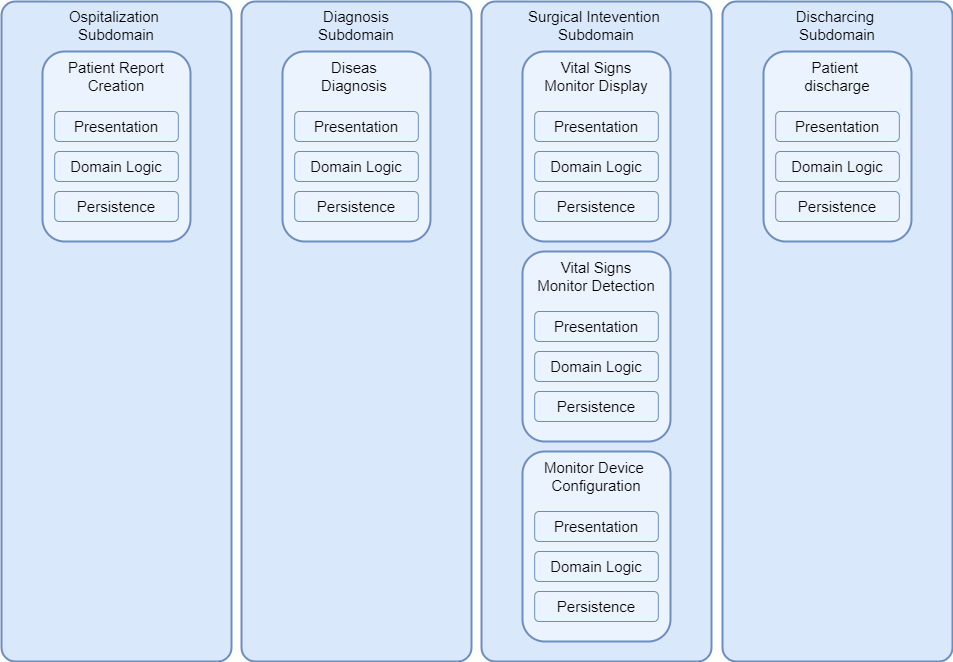
Before: doc/images/bounded_context.png, a diagram exported from draw.io (lucagiorgettismp/AzureHealthcareDigitalTwins). Source tidied: cells renumbered, new cells last; positions are measured from the earlier drawing's top-left corner, leaving out a move shared by most shapes. The source it was exported from:
```xml
<mxGraphModel background="#FFFFFF">
  <root>
    <mxCell id="0" style="html=1;" />
    <mxCell id="1" style="html=1;" parent="0" />
    <mxCell id="2" value="&lt;font style=&quot;font-size: 15px&quot;&gt;Diagnosis&lt;br&gt;Subdomain&lt;/font&gt;" style="rounded=1;whiteSpace=wrap;html=1;shadow=0;strokeWidth=2;fillColor=#dae8fc;fontSize=12;align=center;strokeColor=#6C8EBF;arcSize=6;verticalAlign=top;" parent="1" vertex="1">
      <mxGeometry x="240" width="230" height="660" as="geometry" />
    </mxCell>
    <mxCell id="3" value="&lt;font style=&quot;font-size: 15px&quot;&gt;Ospitalization&amp;nbsp;&lt;br&gt;Subdomain&lt;/font&gt;" style="rounded=1;whiteSpace=wrap;html=1;shadow=0;strokeWidth=2;fillColor=#dae8fc;fontSize=12;align=center;strokeColor=#6C8EBF;arcSize=6;verticalAlign=top;" parent="1" vertex="1">
      <mxGeometry width="230" height="660" as="geometry" />
    </mxCell>
    <mxCell id="4" value="&lt;font style=&quot;font-size: 15px&quot;&gt;Discharcing&amp;nbsp;&lt;br&gt;Subdomain&lt;/font&gt;" style="rounded=1;whiteSpace=wrap;html=1;shadow=0;strokeWidth=2;fillColor=#dae8fc;fontSize=12;align=center;strokeColor=#6C8EBF;arcSize=6;verticalAlign=top;" parent="1" vertex="1">
      <mxGeometry x="721" width="230" height="660" as="geometry" />
    </mxCell>
    <mxCell id="5" style="group;" parent="1" vertex="1">
      <mxGeometry x="41" y="50" width="148" height="190" as="geometry" />
    </mxCell>
    <mxCell id="6" style="rounded=1;whiteSpace=wrap;html=1;shadow=0;strokeWidth=2;fillColor=#EBF3FF;fontSize=12;fontColor=#000000;align=center;strokeColor=#6C8EBF;" parent="5" vertex="1">
      <mxGeometry width="148" height="190" as="geometry" />
    </mxCell>
    <mxCell id="7" value="Presentation" style="rounded=1;whiteSpace=wrap;html=1;fontSize=15;strokeColor=#6C8EBF;fillColor=none;" parent="5" vertex="1">
      <mxGeometry x="12.2" y="60" width="123.6" height="30" as="geometry" />
    </mxCell>
    <mxCell id="8" value="Patient Report&lt;br&gt;Creation" style="text;html=1;strokeColor=none;fillColor=none;align=center;verticalAlign=middle;whiteSpace=wrap;rounded=0;fontSize=15;" parent="5" vertex="1">
      <mxGeometry x="12" y="10" width="124" height="30" as="geometry" />
    </mxCell>
    <mxCell id="9" value="Domain Logic" style="rounded=1;whiteSpace=wrap;html=1;fontSize=15;strokeColor=#6C8EBF;fillColor=none;" parent="5" vertex="1">
      <mxGeometry x="12.2" y="100" width="123.6" height="30" as="geometry" />
    </mxCell>
    <mxCell id="10" value="Persistence" style="rounded=1;whiteSpace=wrap;html=1;fontSize=15;strokeColor=#6C8EBF;fillColor=none;" parent="5" vertex="1">
      <mxGeometry x="12.2" y="140" width="123.6" height="30" as="geometry" />
    </mxCell>
    <mxCell id="11" style="group;" parent="1" vertex="1">
      <mxGeometry x="762" y="50" width="148" height="190" as="geometry" />
    </mxCell>
    <mxCell id="12" style="rounded=1;whiteSpace=wrap;html=1;shadow=0;strokeWidth=2;fillColor=#EBF3FF;fontSize=12;fontColor=#000000;align=center;strokeColor=#6C8EBF;" parent="11" vertex="1">
      <mxGeometry width="148" height="190" as="geometry" />
    </mxCell>
    <mxCell id="13" value="Presentation" style="rounded=1;whiteSpace=wrap;html=1;fontSize=15;strokeColor=#6C8EBF;fillColor=none;" parent="11" vertex="1">
      <mxGeometry x="12.2" y="60" width="123.6" height="30" as="geometry" />
    </mxCell>
    <mxCell id="14" value="Patient &lt;br&gt;discharge" style="text;html=1;strokeColor=none;fillColor=none;align=center;verticalAlign=middle;whiteSpace=wrap;rounded=0;fontSize=15;" parent="11" vertex="1">
      <mxGeometry x="12" y="10" width="124" height="30" as="geometry" />
    </mxCell>
    <mxCell id="15" value="Domain Logic" style="rounded=1;whiteSpace=wrap;html=1;fontSize=15;strokeColor=#6C8EBF;fillColor=none;" parent="11" vertex="1">
      <mxGeometry x="12.2" y="100" width="123.6" height="30" as="geometry" />
    </mxCell>
    <mxCell id="16" value="Persistence" style="rounded=1;whiteSpace=wrap;html=1;fontSize=15;strokeColor=#6C8EBF;fillColor=none;" parent="11" vertex="1">
      <mxGeometry x="12.2" y="140" width="123.6" height="30" as="geometry" />
    </mxCell>
    <mxCell id="17" style="group;" parent="1" vertex="1">
      <mxGeometry x="281" y="50" width="148" height="190" as="geometry" />
    </mxCell>
    <mxCell id="18" style="rounded=1;whiteSpace=wrap;html=1;shadow=0;strokeWidth=2;fillColor=#EBF3FF;fontSize=12;fontColor=#000000;align=center;strokeColor=#6C8EBF;" parent="17" vertex="1">
      <mxGeometry width="148" height="190" as="geometry" />
    </mxCell>
    <mxCell id="19" value="Presentation" style="rounded=1;whiteSpace=wrap;html=1;fontSize=15;strokeColor=#6C8EBF;fillColor=none;" parent="17" vertex="1">
      <mxGeometry x="12.2" y="60" width="123.6" height="30" as="geometry" />
    </mxCell>
    <mxCell id="20" value="Diseas &lt;br&gt;Diagnosis&amp;nbsp;" style="text;html=1;strokeColor=none;fillColor=none;align=center;verticalAlign=middle;whiteSpace=wrap;rounded=0;fontSize=15;" parent="17" vertex="1">
      <mxGeometry x="12" y="10" width="124" height="30" as="geometry" />
    </mxCell>
    <mxCell id="21" value="Domain Logic" style="rounded=1;whiteSpace=wrap;html=1;fontSize=15;strokeColor=#6C8EBF;fillColor=none;" parent="17" vertex="1">
      <mxGeometry x="12.2" y="100" width="123.6" height="30" as="geometry" />
    </mxCell>
    <mxCell id="22" value="Persistence" style="rounded=1;whiteSpace=wrap;html=1;fontSize=15;strokeColor=#6C8EBF;fillColor=none;" parent="17" vertex="1">
      <mxGeometry x="12.2" y="140" width="123.6" height="30" as="geometry" />
    </mxCell>
    <mxCell id="23" value="&lt;font style=&quot;font-size: 15px&quot;&gt;Surgical Intevention&amp;nbsp;&lt;br&gt;Subdomain&lt;/font&gt;" style="rounded=1;whiteSpace=wrap;html=1;shadow=0;strokeWidth=2;fillColor=#dae8fc;fontSize=12;align=center;strokeColor=#6C8EBF;arcSize=6;verticalAlign=top;" parent="1" vertex="1">
      <mxGeometry x="480" width="230" height="660" as="geometry" />
    </mxCell>
    <mxCell id="24" style="group;" parent="1" vertex="1">
      <mxGeometry x="521" y="50" width="148" height="190" as="geometry" />
    </mxCell>
    <mxCell id="25" style="rounded=1;whiteSpace=wrap;html=1;shadow=0;strokeWidth=2;fillColor=#EBF3FF;fontSize=12;fontColor=#000000;align=center;strokeColor=#6C8EBF;" parent="24" vertex="1">
      <mxGeometry width="148" height="190" as="geometry" />
    </mxCell>
    <mxCell id="26" value="Presentation" style="rounded=1;whiteSpace=wrap;html=1;fontSize=15;strokeColor=#6C8EBF;fillColor=none;" parent="24" vertex="1">
      <mxGeometry x="12.2" y="60" width="123.6" height="30" as="geometry" />
    </mxCell>
    <mxCell id="27" value="Vital Signs&lt;br&gt;Monitor Display" style="text;html=1;strokeColor=none;fillColor=none;align=center;verticalAlign=middle;whiteSpace=wrap;rounded=0;fontSize=15;" parent="24" vertex="1">
      <mxGeometry x="12" y="10" width="124" height="30" as="geometry" />
    </mxCell>
    <mxCell id="28" value="Domain Logic" style="rounded=1;whiteSpace=wrap;html=1;fontSize=15;strokeColor=#6C8EBF;fillColor=none;" parent="24" vertex="1">
      <mxGeometry x="12.2" y="100" width="123.6" height="30" as="geometry" />
    </mxCell>
    <mxCell id="29" value="Persistence" style="rounded=1;whiteSpace=wrap;html=1;fontSize=15;strokeColor=#6C8EBF;fillColor=none;" parent="24" vertex="1">
      <mxGeometry x="12.2" y="140" width="123.6" height="30" as="geometry" />
    </mxCell>
    <mxCell id="30" style="group;" parent="1" vertex="1">
      <mxGeometry x="521" y="250" width="148" height="190" as="geometry" />
    </mxCell>
    <mxCell id="31" style="rounded=1;whiteSpace=wrap;html=1;shadow=0;strokeWidth=2;fillColor=#EBF3FF;fontSize=12;fontColor=#000000;align=center;strokeColor=#6C8EBF;" parent="30" vertex="1">
      <mxGeometry width="148" height="190" as="geometry" />
    </mxCell>
    <mxCell id="32" value="Presentation" style="rounded=1;whiteSpace=wrap;html=1;fontSize=15;strokeColor=#6C8EBF;fillColor=none;" parent="30" vertex="1">
      <mxGeometry x="12.2" y="60" width="123.6" height="30" as="geometry" />
    </mxCell>
    <mxCell id="33" value="Vital Signs&lt;br&gt;Monitor Detection" style="text;html=1;strokeColor=none;fillColor=none;align=center;verticalAlign=middle;whiteSpace=wrap;rounded=0;fontSize=15;" parent="30" vertex="1">
      <mxGeometry x="12" y="10" width="124" height="30" as="geometry" />
    </mxCell>
    <mxCell id="34" value="Domain Logic" style="rounded=1;whiteSpace=wrap;html=1;fontSize=15;strokeColor=#6C8EBF;fillColor=none;" parent="30" vertex="1">
      <mxGeometry x="12.2" y="100" width="123.6" height="30" as="geometry" />
    </mxCell>
    <mxCell id="35" value="Persistence" style="rounded=1;whiteSpace=wrap;html=1;fontSize=15;strokeColor=#6C8EBF;fillColor=none;" parent="30" vertex="1">
      <mxGeometry x="12.2" y="140" width="123.6" height="30" as="geometry" />
    </mxCell>
    <mxCell id="36" style="group;" parent="1" vertex="1">
      <mxGeometry x="521" y="450" width="148" height="190" as="geometry" />
    </mxCell>
    <mxCell id="37" style="rounded=1;whiteSpace=wrap;html=1;shadow=0;strokeWidth=2;fillColor=#EBF3FF;fontSize=12;fontColor=#000000;align=center;strokeColor=#6C8EBF;" parent="36" vertex="1">
      <mxGeometry width="148" height="190" as="geometry" />
    </mxCell>
    <mxCell id="38" value="Presentation" style="rounded=1;whiteSpace=wrap;html=1;fontSize=15;strokeColor=#6C8EBF;fillColor=none;" parent="36" vertex="1">
      <mxGeometry x="12.2" y="60" width="123.6" height="30" as="geometry" />
    </mxCell>
    <mxCell id="39" value="Monitor Device&amp;nbsp;&lt;br&gt;Configuration" style="text;html=1;strokeColor=none;fillColor=none;align=center;verticalAlign=middle;whiteSpace=wrap;rounded=0;fontSize=15;" parent="36" vertex="1">
      <mxGeometry x="12" y="10" width="124" height="30" as="geometry" />
    </mxCell>
    <mxCell id="40" value="Domain Logic" style="rounded=1;whiteSpace=wrap;html=1;fontSize=15;strokeColor=#6C8EBF;fillColor=none;" parent="36" vertex="1">
      <mxGeometry x="12.2" y="100" width="123.6" height="30" as="geometry" />
    </mxCell>
    <mxCell id="41" value="Persistence" style="rounded=1;whiteSpace=wrap;html=1;fontSize=15;strokeColor=#6C8EBF;fillColor=none;" parent="36" vertex="1">
      <mxGeometry x="12.2" y="140" width="123.6" height="30" as="geometry" />
    </mxCell>
  </root>
</mxGraphModel>
```
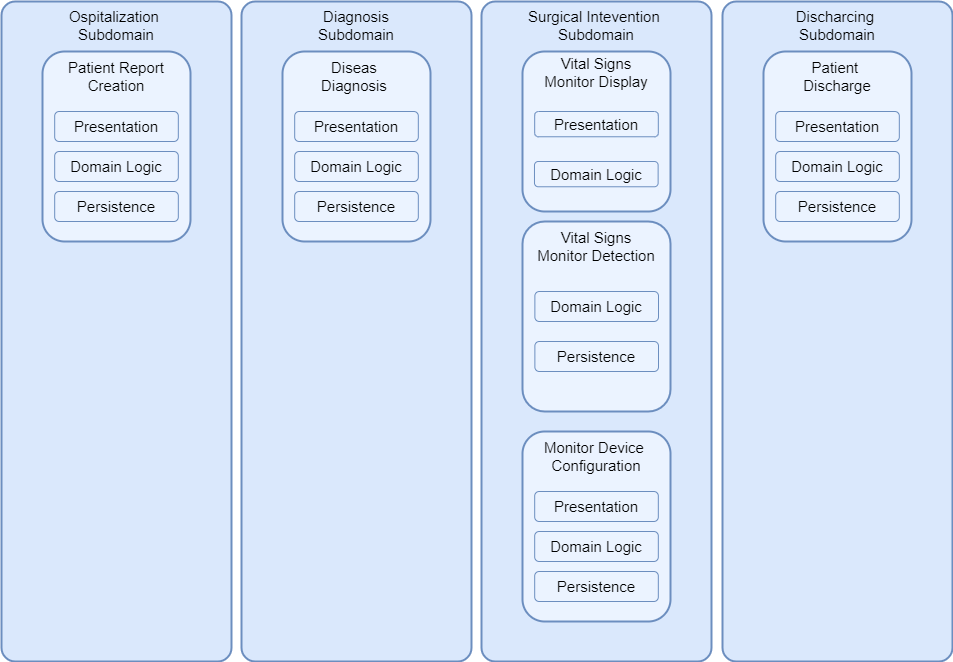
After the commit.

What changed in the source:
```diff
@@ -38,7 +38,7 @@
     <mxCell id="13" value="Presentation" style="rounded=1;whiteSpace=wrap;html=1;fontSize=15;strokeColor=#6C8EBF;fillColor=none;" parent="11" vertex="1">
       <mxGeometry x="12.2" y="60" width="123.6" height="30" as="geometry" />
     </mxCell>
-    <mxCell id="14" value="Patient &lt;br&gt;discharge" style="text;html=1;strokeColor=none;fillColor=none;align=center;verticalAlign=middle;whiteSpace=wrap;rounded=0;fontSize=15;" parent="11" vertex="1">
+    <mxCell id="14" value="Patient &lt;br&gt;Discharge" style="text;html=1;strokeColor=none;fillColor=none;align=center;verticalAlign=middle;whiteSpace=wrap;rounded=0;fontSize=15;" parent="11" vertex="1">
       <mxGeometry x="12" y="10" width="124" height="30" as="geometry" />
     </mxCell>
     <mxCell id="15" value="Domain Logic" style="rounded=1;whiteSpace=wrap;html=1;fontSize=15;strokeColor=#6C8EBF;fillColor=none;" parent="11" vertex="1">
@@ -69,43 +69,37 @@
       <mxGeometry x="480" width="230" height="660" as="geometry" />
     </mxCell>
     <mxCell id="24" style="group;" parent="1" vertex="1">
-      <mxGeometry x="521" y="50" width="148" height="190" as="geometry" />
+      <mxGeometry x="521" y="50" width="148" height="160" as="geometry" />
     </mxCell>
     <mxCell id="25" style="rounded=1;whiteSpace=wrap;html=1;shadow=0;strokeWidth=2;fillColor=#EBF3FF;fontSize=12;fontColor=#000000;align=center;strokeColor=#6C8EBF;" parent="24" vertex="1">
-      <mxGeometry width="148" height="190" as="geometry" />
+      <mxGeometry width="148" height="160" as="geometry" />
     </mxCell>
     <mxCell id="26" value="Presentation" style="rounded=1;whiteSpace=wrap;html=1;fontSize=15;strokeColor=#6C8EBF;fillColor=none;" parent="24" vertex="1">
-      <mxGeometry x="12.2" y="60" width="123.6" height="30" as="geometry" />
+      <mxGeometry x="12.2" y="60" width="123.6" height="25.3" as="geometry" />
     </mxCell>
     <mxCell id="27" value="Vital Signs&lt;br&gt;Monitor Display" style="text;html=1;strokeColor=none;fillColor=none;align=center;verticalAlign=middle;whiteSpace=wrap;rounded=0;fontSize=15;" parent="24" vertex="1">
-      <mxGeometry x="12" y="10" width="124" height="30" as="geometry" />
+      <mxGeometry x="12" y="8.4" width="124" height="25.3" as="geometry" />
     </mxCell>
     <mxCell id="28" value="Domain Logic" style="rounded=1;whiteSpace=wrap;html=1;fontSize=15;strokeColor=#6C8EBF;fillColor=none;" parent="24" vertex="1">
-      <mxGeometry x="12.2" y="100" width="123.6" height="30" as="geometry" />
+      <mxGeometry x="12" y="110" width="123.6" height="25.3" as="geometry" />
     </mxCell>
-    <mxCell id="29" value="Persistence" style="rounded=1;whiteSpace=wrap;html=1;fontSize=15;strokeColor=#6C8EBF;fillColor=none;" parent="24" vertex="1">
-      <mxGeometry x="12.2" y="140" width="123.6" height="30" as="geometry" />
-    </mxCell>
     <mxCell id="30" style="group;" parent="1" vertex="1">
-      <mxGeometry x="521" y="250" width="148" height="190" as="geometry" />
+      <mxGeometry x="521" y="220" width="148" height="190" as="geometry" />
     </mxCell>
     <mxCell id="31" style="rounded=1;whiteSpace=wrap;html=1;shadow=0;strokeWidth=2;fillColor=#EBF3FF;fontSize=12;fontColor=#000000;align=center;strokeColor=#6C8EBF;" parent="30" vertex="1">
       <mxGeometry width="148" height="190" as="geometry" />
     </mxCell>
-    <mxCell id="32" value="Presentation" style="rounded=1;whiteSpace=wrap;html=1;fontSize=15;strokeColor=#6C8EBF;fillColor=none;" parent="30" vertex="1">
-      <mxGeometry x="12.2" y="60" width="123.6" height="30" as="geometry" />
-    </mxCell>
     <mxCell id="33" value="Vital Signs&lt;br&gt;Monitor Detection" style="text;html=1;strokeColor=none;fillColor=none;align=center;verticalAlign=middle;whiteSpace=wrap;rounded=0;fontSize=15;" parent="30" vertex="1">
       <mxGeometry x="12" y="10" width="124" height="30" as="geometry" />
     </mxCell>
     <mxCell id="34" value="Domain Logic" style="rounded=1;whiteSpace=wrap;html=1;fontSize=15;strokeColor=#6C8EBF;fillColor=none;" parent="30" vertex="1">
-      <mxGeometry x="12.2" y="100" width="123.6" height="30" as="geometry" />
+      <mxGeometry x="12.4" y="70" width="123.6" height="30" as="geometry" />
     </mxCell>
     <mxCell id="35" value="Persistence" style="rounded=1;whiteSpace=wrap;html=1;fontSize=15;strokeColor=#6C8EBF;fillColor=none;" parent="30" vertex="1">
-      <mxGeometry x="12.2" y="140" width="123.6" height="30" as="geometry" />
+      <mxGeometry x="12.4" y="120" width="123.6" height="30" as="geometry" />
     </mxCell>
     <mxCell id="36" style="group;" parent="1" vertex="1">
-      <mxGeometry x="521" y="450" width="148" height="190" as="geometry" />
+      <mxGeometry x="521" y="430" width="148" height="190" as="geometry" />
     </mxCell>
     <mxCell id="37" style="rounded=1;whiteSpace=wrap;html=1;shadow=0;strokeWidth=2;fillColor=#EBF3FF;fontSize=12;fontColor=#000000;align=center;strokeColor=#6C8EBF;" parent="36" vertex="1">
       <mxGeometry width="148" height="190" as="geometry" />
```
